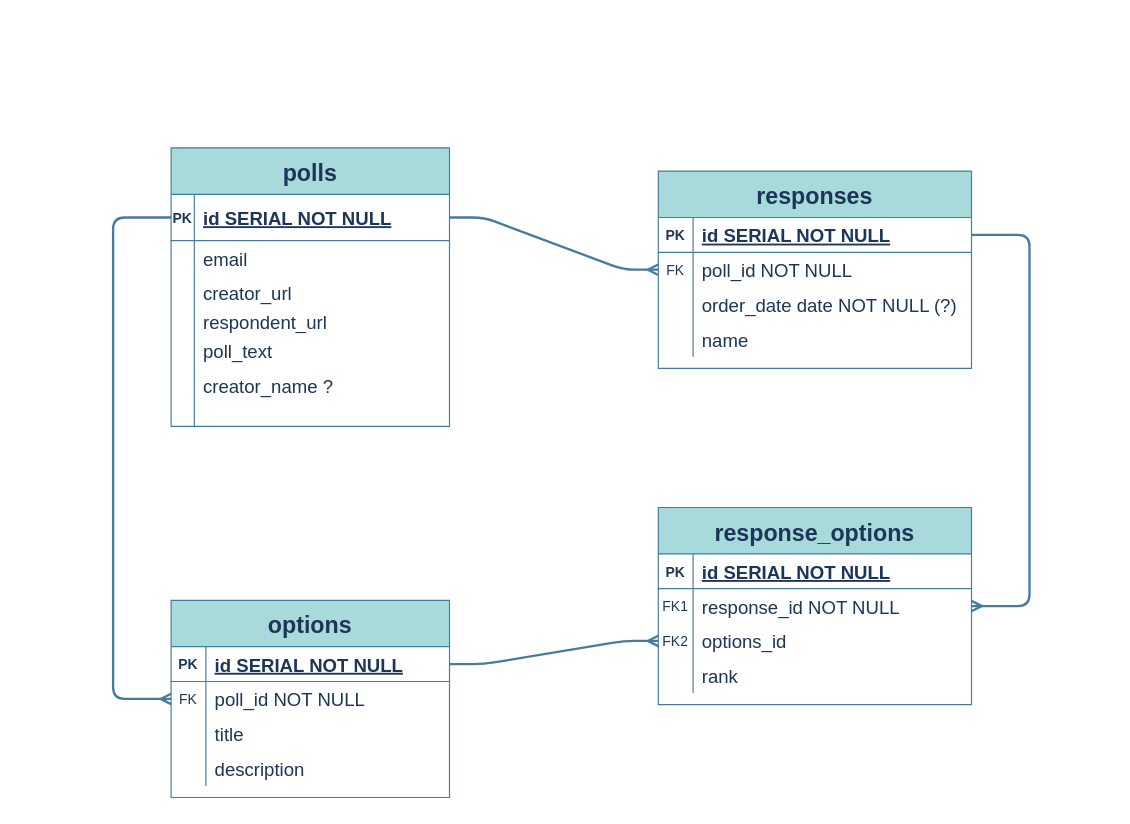
The draw.io diagram docs/ERD.drawio in gybubest/midterm, before the edit. Source tidied: cells renumbered, new cells numbered last; positions are measured from the earlier drawing's top-left corner, leaving out a move shared by most shapes. Both pictures are drawn from the tidied source at 116%, with x=0, y=0 at pixel (113, 147).
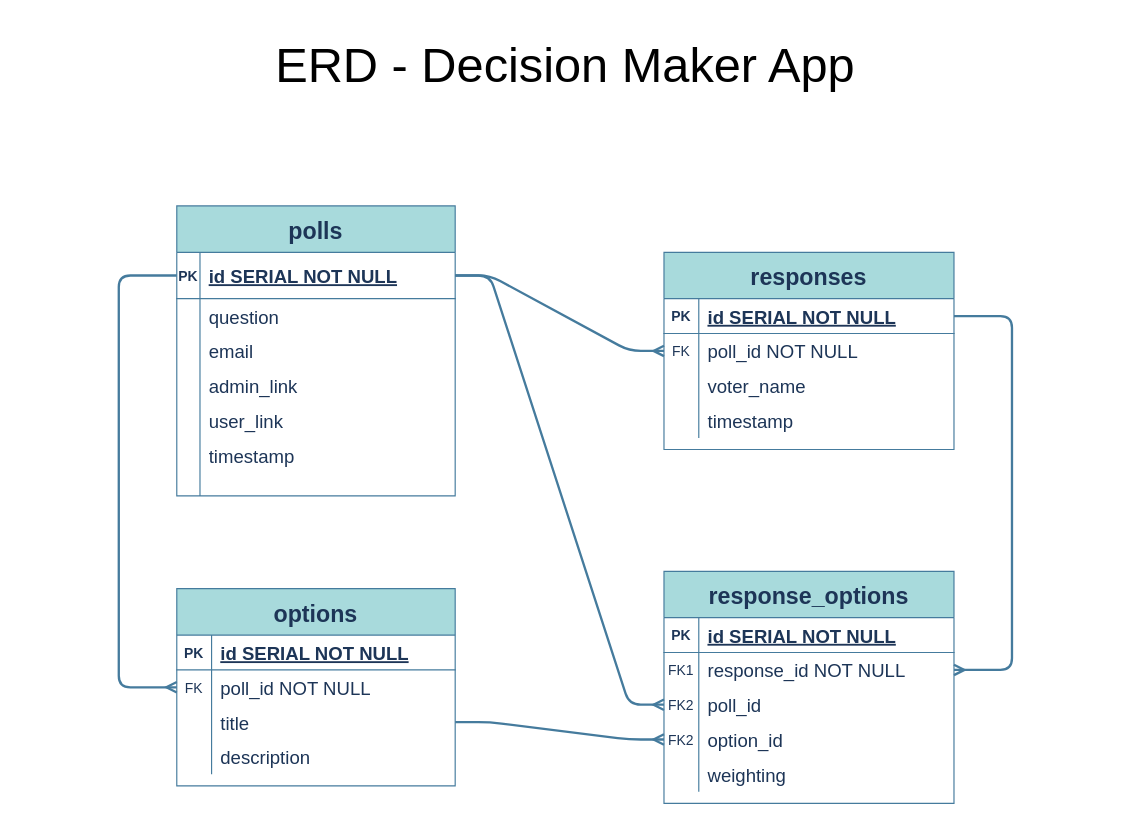
The same page after the edit.

The change refers to these unchanged cells:
```xml
<mxCell id="17" style="shape=partialRectangle;fillColor=none;points=[[0,0.5],[1,0.5]];portConstraint=eastwest;top=0;left=0;right=0;bottom=1;strokeColor=#457B9D;fontColor=#1D3557;" parent="16" vertex="1">
  <mxGeometry y="40" width="240" height="40" as="geometry" />
</mxCell>
<mxCell id="42" style="shape=partialRectangle;fillColor=none;points=[[0,0.5],[1,0.5]];portConstraint=eastwest;top=0;left=0;right=0;bottom=0;strokeColor=#457B9D;fontColor=#1D3557;" parent="38" vertex="1">
  <mxGeometry y="70" width="240" height="30" as="geometry" />
</mxCell>
```

What changed in the source:
```diff
@@
     <mxCell id="3" value="responses" style="shape=table;startSize=40;childLayout=tableLayout;rowLines=0;fontStyle=1;align=center;fontSize=20;fillColor=#A8DADC;strokeColor=#457B9D;fontColor=#1D3557;" parent="1" vertex="1">
-      <mxGeometry x="470" y="20" width="270" height="170" as="geometry" />
+      <mxGeometry x="474.9" y="90" width="250" height="170" as="geometry" />
     </mxCell>
     <mxCell id="4" style="shape=partialRectangle;fillColor=none;points=[[0,0.5],[1,0.5]];portConstraint=eastwest;top=0;left=0;right=0;bottom=1;strokeColor=#457B9D;fontColor=#1D3557;" parent="3" vertex="1">
-      <mxGeometry y="40" width="270" height="30" as="geometry" />
+      <mxGeometry y="40" width="250" height="30" as="geometry" />
     </mxCell>
@@
     <mxCell id="6" value="id SERIAL NOT NULL " style="shape=partialRectangle;overflow=hidden;fillColor=none;top=0;left=0;bottom=0;right=0;align=left;spacingLeft=6;fontStyle=5;fontSize=16;strokeColor=#457B9D;fontColor=#1D3557;" parent="4" vertex="1">
-      <mxGeometry x="30" width="240" height="30" as="geometry" />
+      <mxGeometry x="30" width="220" height="30" as="geometry" />
     </mxCell>
     <mxCell id="7" style="shape=partialRectangle;fillColor=none;points=[[0,0.5],[1,0.5]];portConstraint=eastwest;top=0;left=0;right=0;bottom=0;strokeColor=#457B9D;fontColor=#1D3557;" parent="3" vertex="1">
-      <mxGeometry y="70" width="270" height="30" as="geometry" />
+      <mxGeometry y="70" width="250" height="30" as="geometry" />
     </mxCell>
@@
     <mxCell id="9" value="poll_id NOT NULL" style="shape=partialRectangle;overflow=hidden;fillColor=none;top=0;left=0;bottom=0;right=0;align=left;spacingLeft=6;fontSize=16;strokeColor=#457B9D;fontColor=#1D3557;" parent="7" vertex="1">
-      <mxGeometry x="30" width="240" height="30" as="geometry" />
+      <mxGeometry x="30" width="220" height="30" as="geometry" />
     </mxCell>
+    <mxCell id="13" style="shape=partialRectangle;fillColor=none;top=0;left=0;right=0;bottom=0;strokeColor=#457B9D;fontColor=#1D3557;" parent="3" vertex="1">
+      <mxGeometry y="100" width="250" height="30" as="geometry" />
+    </mxCell>
+    <mxCell id="14" style="shape=partialRectangle;overflow=hidden;fillColor=none;top=0;left=0;bottom=0;right=0;strokeColor=#457B9D;fontColor=#1D3557;" parent="13" vertex="1">
+      <mxGeometry width="30" height="30" as="geometry" />
+    </mxCell>
+    <mxCell id="15" value="voter_name" style="shape=partialRectangle;overflow=hidden;fillColor=none;top=0;left=0;bottom=0;right=0;align=left;spacingLeft=6;fontSize=16;strokeColor=#457B9D;fontColor=#1D3557;" parent="13" vertex="1">
+      <mxGeometry x="30" width="220" height="30" as="geometry" />
+    </mxCell>
     <mxCell id="10" style="shape=partialRectangle;fillColor=none;top=0;left=0;right=0;bottom=0;strokeColor=#457B9D;fontColor=#1D3557;" parent="3" vertex="1">
-      <mxGeometry y="100" width="270" height="30" as="geometry" />
+      <mxGeometry y="130" width="250" height="30" as="geometry" />
     </mxCell>
@@
-    <mxCell id="12" value="order_date date NOT NULL (?)" style="shape=partialRectangle;overflow=hidden;fillColor=none;top=0;left=0;bottom=0;right=0;align=left;spacingLeft=6;fontSize=16;strokeColor=#457B9D;fontColor=#1D3557;" parent="10" vertex="1">
-      <mxGeometry x="30" width="240" height="30" as="geometry" />
+    <mxCell id="12" value="timestamp" style="shape=partialRectangle;overflow=hidden;fillColor=none;top=0;left=0;bottom=0;right=0;align=left;spacingLeft=6;fontSize=16;strokeColor=#457B9D;fontColor=#1D3557;" parent="10" vertex="1">
+      <mxGeometry x="30" width="220" height="30" as="geometry" />
     </mxCell>
-    <mxCell id="13" style="shape=partialRectangle;fillColor=none;top=0;left=0;right=0;bottom=0;strokeColor=#457B9D;fontColor=#1D3557;" parent="3" vertex="1">
-      <mxGeometry y="130" width="270" height="30" as="geometry" />
-    </mxCell>
-    <mxCell id="14" style="shape=partialRectangle;overflow=hidden;fillColor=none;top=0;left=0;bottom=0;right=0;strokeColor=#457B9D;fontColor=#1D3557;" parent="13" vertex="1">
-      <mxGeometry width="30" height="30" as="geometry" />
-    </mxCell>
-    <mxCell id="15" value="name" style="shape=partialRectangle;overflow=hidden;fillColor=none;top=0;left=0;bottom=0;right=0;align=left;spacingLeft=6;fontSize=16;strokeColor=#457B9D;fontColor=#1D3557;" parent="13" vertex="1">
-      <mxGeometry x="30" width="240" height="30" as="geometry" />
-    </mxCell>
     <mxCell id="16" value="polls" style="shape=table;startSize=40;childLayout=tableLayout;rowLines=0;fontStyle=1;align=center;fontSize=20;fillColor=#A8DADC;strokeColor=#457B9D;fontColor=#1D3557;" parent="1" vertex="1">
-      <mxGeometry x="50" width="240" height="240" as="geometry" />
+      <mxGeometry x="54.9" y="50" width="240" height="250" as="geometry" />
     </mxCell>
@@
+    <mxCell id="29" style="shape=partialRectangle;fillColor=none;top=0;left=0;right=0;bottom=0;strokeColor=#457B9D;fontColor=#1D3557;" parent="16" vertex="1">
+      <mxGeometry y="80" width="240" height="30" as="geometry" />
+    </mxCell>
+    <mxCell id="30" style="shape=partialRectangle;overflow=hidden;fillColor=none;top=0;left=0;bottom=0;right=0;strokeColor=#457B9D;fontColor=#1D3557;" parent="29" vertex="1">
+      <mxGeometry width="20" height="30" as="geometry" />
+    </mxCell>
+    <mxCell id="31" value="question" style="shape=partialRectangle;overflow=hidden;fillColor=none;top=0;left=0;bottom=0;right=0;align=left;spacingLeft=6;verticalAlign=middle;fontSize=16;strokeColor=#457B9D;fontColor=#1D3557;" parent="29" vertex="1">
+      <mxGeometry x="20" width="220" height="30" as="geometry" />
+    </mxCell>
     <mxCell id="20" style="shape=partialRectangle;fillColor=none;top=0;left=0;right=0;bottom=0;strokeColor=#457B9D;fontColor=#1D3557;" parent="16" vertex="1">
-      <mxGeometry y="80" width="240" height="30" as="geometry" />
+      <mxGeometry y="110" width="240" height="30" as="geometry" />
     </mxCell>
@@
     <mxCell id="23" style="shape=partialRectangle;fillColor=none;top=0;left=0;right=0;bottom=0;strokeColor=#457B9D;fontColor=#1D3557;" parent="16" vertex="1">
-      <mxGeometry y="110" width="240" height="30" as="geometry" />
+      <mxGeometry y="140" width="240" height="30" as="geometry" />
     </mxCell>
@@
-    <mxCell id="25" value="creator_url" style="shape=partialRectangle;overflow=hidden;fillColor=none;top=0;left=0;bottom=0;right=0;align=left;spacingLeft=6;verticalAlign=middle;fontSize=16;strokeColor=#457B9D;fontColor=#1D3557;" parent="23" vertex="1">
+    <mxCell id="25" value="admin_link" style="shape=partialRectangle;overflow=hidden;fillColor=none;top=0;left=0;bottom=0;right=0;align=left;spacingLeft=6;verticalAlign=middle;fontSize=16;strokeColor=#457B9D;fontColor=#1D3557;" parent="23" vertex="1">
       <mxGeometry x="20" width="220" height="30" as="geometry" />
     </mxCell>
     <mxCell id="26" style="shape=partialRectangle;fillColor=none;top=0;left=0;right=0;bottom=0;strokeColor=#457B9D;fontColor=#1D3557;" parent="16" vertex="1">
-      <mxGeometry y="140" width="240" height="20" as="geometry" />
+      <mxGeometry y="170" width="240" height="30" as="geometry" />
     </mxCell>
     <mxCell id="27" style="shape=partialRectangle;overflow=hidden;fillColor=none;top=0;left=0;bottom=0;right=0;strokeColor=#457B9D;fontColor=#1D3557;" parent="26" vertex="1">
-      <mxGeometry width="20" height="20" as="geometry" />
+      <mxGeometry width="20" height="30" as="geometry" />
     </mxCell>
-    <mxCell id="28" value="respondent_url" style="shape=partialRectangle;overflow=hidden;fillColor=none;top=0;left=0;bottom=0;right=0;align=left;spacingLeft=6;verticalAlign=middle;fontSize=16;strokeColor=#457B9D;fontColor=#1D3557;" parent="26" vertex="1">
-      <mxGeometry x="20" width="220" height="20" as="geometry" />
+    <mxCell id="28" value="user_link" style="shape=partialRectangle;overflow=hidden;fillColor=none;top=0;left=0;bottom=0;right=0;align=left;spacingLeft=6;verticalAlign=middle;fontSize=16;strokeColor=#457B9D;fontColor=#1D3557;" parent="26" vertex="1">
+      <mxGeometry x="20" width="220" height="30" as="geometry" />
     </mxCell>
-    <mxCell id="29" style="shape=partialRectangle;fillColor=none;top=0;left=0;right=0;bottom=0;strokeColor=#457B9D;fontColor=#1D3557;" parent="16" vertex="1">
-      <mxGeometry y="160" width="240" height="30" as="geometry" />
-    </mxCell>
-    <mxCell id="30" style="shape=partialRectangle;overflow=hidden;fillColor=none;top=0;left=0;bottom=0;right=0;strokeColor=#457B9D;fontColor=#1D3557;" parent="29" vertex="1">
-      <mxGeometry width="20" height="30" as="geometry" />
-    </mxCell>
-    <mxCell id="31" value="poll_text" style="shape=partialRectangle;overflow=hidden;fillColor=none;top=0;left=0;bottom=0;right=0;align=left;spacingLeft=6;verticalAlign=middle;fontSize=16;strokeColor=#457B9D;fontColor=#1D3557;" parent="29" vertex="1">
-      <mxGeometry x="20" width="220" height="30" as="geometry" />
-    </mxCell>
     <mxCell id="32" style="shape=partialRectangle;fillColor=none;top=0;left=0;right=0;bottom=0;strokeColor=#457B9D;fontColor=#1D3557;" parent="16" vertex="1">
-      <mxGeometry y="190" width="240" height="30" as="geometry" />
+      <mxGeometry y="200" width="240" height="30" as="geometry" />
     </mxCell>
@@
-    <mxCell id="34" value="creator_name ?" style="shape=partialRectangle;overflow=hidden;fillColor=none;top=0;left=0;bottom=0;right=0;align=left;spacingLeft=6;verticalAlign=middle;fontSize=16;strokeColor=#457B9D;fontColor=#1D3557;" parent="32" vertex="1">
+    <mxCell id="34" value="timestamp" style="shape=partialRectangle;overflow=hidden;fillColor=none;top=0;left=0;bottom=0;right=0;align=left;spacingLeft=6;verticalAlign=middle;fontSize=16;strokeColor=#457B9D;fontColor=#1D3557;" parent="32" vertex="1">
       <mxGeometry x="20" width="220" height="30" as="geometry" />
     </mxCell>
     <mxCell id="35" style="shape=partialRectangle;fillColor=none;top=0;left=0;right=0;bottom=0;strokeColor=#457B9D;fontColor=#1D3557;" parent="16" vertex="1">
-      <mxGeometry y="220" width="240" height="20" as="geometry" />
+      <mxGeometry y="230" width="240" height="20" as="geometry" />
     </mxCell>
@@
     <mxCell id="38" value="options" style="shape=table;startSize=40;childLayout=tableLayout;rowLines=0;fontStyle=1;align=center;fontSize=20;fillColor=#A8DADC;strokeColor=#457B9D;fontColor=#1D3557;" parent="1" vertex="1">
-      <mxGeometry x="50" y="390" width="240" height="170" as="geometry" />
+      <mxGeometry x="54.9" y="380" width="240" height="170" as="geometry" />
     </mxCell>
@@
     <mxCell id="51" style="edgeStyle=orthogonalEdgeStyle;rounded=1;jettySize=auto;html=1;exitX=0;exitY=0.5;exitDx=0;exitDy=0;entryX=0;entryY=0.5;entryDx=0;entryDy=0;startArrow=none;startFill=0;endArrow=ERmany;endFill=0;fontColor=#1D3557;fontSize=12;strokeWidth=2;labelBackgroundColor=#F1FAEE;strokeColor=#457B9D;" parent="1" edge="1" source="17" target="42">
       <mxGeometry relative="1" as="geometry">
         <Array as="points">
-          <mxPoint y="60" />
-          <mxPoint y="475" />
+          <mxPoint x="4.9" y="110" />
+          <mxPoint x="4.9" y="465" />
         </Array>
       </mxGeometry>
     </mxCell>
     <mxCell id="52" value="response_options" style="shape=table;startSize=40;childLayout=tableLayout;rowLines=0;fontStyle=1;align=center;fontSize=20;fillColor=#A8DADC;strokeColor=#457B9D;fontColor=#1D3557;" parent="1" vertex="1">
-      <mxGeometry x="470" y="310" width="270" height="170" as="geometry" />
+      <mxGeometry x="474.9" y="365" width="250" height="200" as="geometry" />
     </mxCell>
     <mxCell id="53" style="shape=partialRectangle;fillColor=none;top=0;left=0;right=0;bottom=1;strokeColor=#457B9D;fontColor=#1D3557;" parent="52" vertex="1">
-      <mxGeometry y="40" width="270" height="30" as="geometry" />
+      <mxGeometry y="40" width="250" height="30" as="geometry" />
     </mxCell>
@@
     <mxCell id="55" value="id SERIAL NOT NULL " style="shape=partialRectangle;overflow=hidden;fillColor=none;top=0;left=0;bottom=0;right=0;align=left;spacingLeft=6;fontStyle=5;fontSize=16;strokeColor=#457B9D;fontColor=#1D3557;" parent="53" vertex="1">
-      <mxGeometry x="30" width="240" height="30" as="geometry" />
+      <mxGeometry x="30" width="220" height="30" as="geometry" />
     </mxCell>
     <mxCell id="56" style="shape=partialRectangle;fillColor=none;points=[[0,0.5],[1,0.5]];portConstraint=eastwest;top=0;left=0;right=0;bottom=0;strokeColor=#457B9D;fontColor=#1D3557;" parent="52" vertex="1">
-      <mxGeometry y="70" width="270" height="30" as="geometry" />
+      <mxGeometry y="70" width="250" height="30" as="geometry" />
     </mxCell>
@@
     <mxCell id="58" value="response_id NOT NULL" style="shape=partialRectangle;overflow=hidden;fillColor=none;top=0;left=0;bottom=0;right=0;align=left;spacingLeft=6;fontSize=16;strokeColor=#457B9D;fontColor=#1D3557;" parent="56" vertex="1">
-      <mxGeometry x="30" width="240" height="30" as="geometry" />
+      <mxGeometry x="30" width="220" height="30" as="geometry" />
     </mxCell>
     <mxCell id="59" style="shape=partialRectangle;fillColor=none;points=[[0,0.5],[1,0.5]];portConstraint=eastwest;top=0;left=0;right=0;bottom=0;strokeColor=#457B9D;fontColor=#1D3557;" parent="52" vertex="1">
-      <mxGeometry y="100" width="270" height="30" as="geometry" />
+      <mxGeometry y="100" width="250" height="30" as="geometry" />
     </mxCell>
@@
-    <mxCell id="61" value="options_id" style="shape=partialRectangle;overflow=hidden;fillColor=none;top=0;left=0;bottom=0;right=0;align=left;spacingLeft=6;fontSize=16;strokeColor=#457B9D;fontColor=#1D3557;" parent="59" vertex="1">
-      <mxGeometry x="30" width="240" height="30" as="geometry" />
+    <mxCell id="61" value="poll_id" style="shape=partialRectangle;overflow=hidden;fillColor=none;top=0;left=0;bottom=0;right=0;align=left;spacingLeft=6;fontSize=16;strokeColor=#457B9D;fontColor=#1D3557;" parent="59" vertex="1">
+      <mxGeometry x="30" width="220" height="30" as="geometry" />
     </mxCell>
+    <mxCell id="67" style="shape=partialRectangle;fillColor=none;points=[[0,0.5],[1,0.5]];portConstraint=eastwest;top=0;left=0;right=0;bottom=0;strokeColor=#457B9D;fontColor=#1D3557;" parent="52" vertex="1">
+      <mxGeometry y="130" width="250" height="30" as="geometry" />
+    </mxCell>
+    <mxCell id="68" value="FK2" style="shape=partialRectangle;overflow=hidden;fillColor=none;top=0;left=0;bottom=0;right=0;strokeColor=#457B9D;fontColor=#1D3557;" parent="67" vertex="1">
+      <mxGeometry width="30" height="30" as="geometry" />
+    </mxCell>
+    <mxCell id="69" value="option_id" style="shape=partialRectangle;overflow=hidden;fillColor=none;top=0;left=0;bottom=0;right=0;align=left;spacingLeft=6;fontSize=16;strokeColor=#457B9D;fontColor=#1D3557;" parent="67" vertex="1">
+      <mxGeometry x="30" width="220" height="30" as="geometry" />
+    </mxCell>
     <mxCell id="62" style="shape=partialRectangle;fillColor=none;top=0;left=0;right=0;bottom=0;strokeColor=#457B9D;fontColor=#1D3557;" parent="52" vertex="1">
-      <mxGeometry y="130" width="270" height="30" as="geometry" />
+      <mxGeometry y="160" width="250" height="30" as="geometry" />
     </mxCell>
@@
-    <mxCell id="64" value="rank" style="shape=partialRectangle;overflow=hidden;fillColor=none;top=0;left=0;bottom=0;right=0;align=left;spacingLeft=6;fontSize=16;strokeColor=#457B9D;fontColor=#1D3557;" parent="62" vertex="1">
-      <mxGeometry x="30" width="240" height="30" as="geometry" />
+    <mxCell id="64" value="weighting" style="shape=partialRectangle;overflow=hidden;fillColor=none;top=0;left=0;bottom=0;right=0;align=left;spacingLeft=6;fontSize=16;strokeColor=#457B9D;fontColor=#1D3557;" parent="62" vertex="1">
+      <mxGeometry x="30" width="220" height="30" as="geometry" />
     </mxCell>
-    <mxCell id="65" style="edgeStyle=entityRelationEdgeStyle;fontSize=12;html=1;endArrow=ERmany;strokeColor=#457B9D;fillColor=#A8DADC;entryX=0;entryY=0.5;entryDx=0;entryDy=0;strokeWidth=2;" parent="1" edge="1" target="59">
+    <mxCell id="65" style="edgeStyle=entityRelationEdgeStyle;fontSize=12;html=1;endArrow=ERmany;strokeColor=#457B9D;fillColor=#A8DADC;entryX=0;entryY=0.5;entryDx=0;entryDy=0;strokeWidth=2;" parent="1" edge="1" target="67">
       <mxGeometry relative="1" as="geometry">
-        <mxPoint x="290" y="445" as="sourcePoint" />
+        <mxPoint x="294.9" y="495" as="sourcePoint" />
       </mxGeometry>
     </mxCell>
     <mxCell id="66" style="edgeStyle=orthogonalEdgeStyle;curved=0;rounded=1;sketch=0;jettySize=auto;html=1;exitX=1;exitY=0.5;exitDx=0;exitDy=0;entryX=1;entryY=0.5;entryDx=0;entryDy=0;strokeColor=#457B9D;strokeWidth=2;fillColor=#A8DADC;fontColor=#1D3557;endArrow=ERmany;endFill=0;" parent="1" edge="1" source="4" target="56">
       <mxGeometry relative="1" as="geometry">
         <Array as="points">
-          <mxPoint x="790" y="75" />
-          <mxPoint x="790" y="395" />
+          <mxPoint x="774.9" y="145" />
+          <mxPoint x="774.9" y="450" />
         </Array>
       </mxGeometry>
     </mxCell>
+    <mxCell id="70" style="edgeStyle=entityRelationEdgeStyle;endArrow=ERmany;startArrow=none;endFill=0;startFill=0;strokeWidth=2;labelBackgroundColor=#F1FAEE;strokeColor=#457B9D;fontColor=#1D3557;exitX=1;exitY=0.5;exitDx=0;exitDy=0;entryX=0;entryY=0.5;entryDx=0;entryDy=0;" parent="1" edge="1" source="17" target="59">
+      <mxGeometry relative="1" as="geometry" />
+    </mxCell>
+    <mxCell id="71" value="ERD - Decision Maker App" style="text;html=1;align=center;verticalAlign=middle;whiteSpace=wrap;rounded=0;fontSize=42;" parent="1" vertex="1">
+      <mxGeometry x="-80" y="-110" width="940" height="80" as="geometry" />
+    </mxCell>
```
